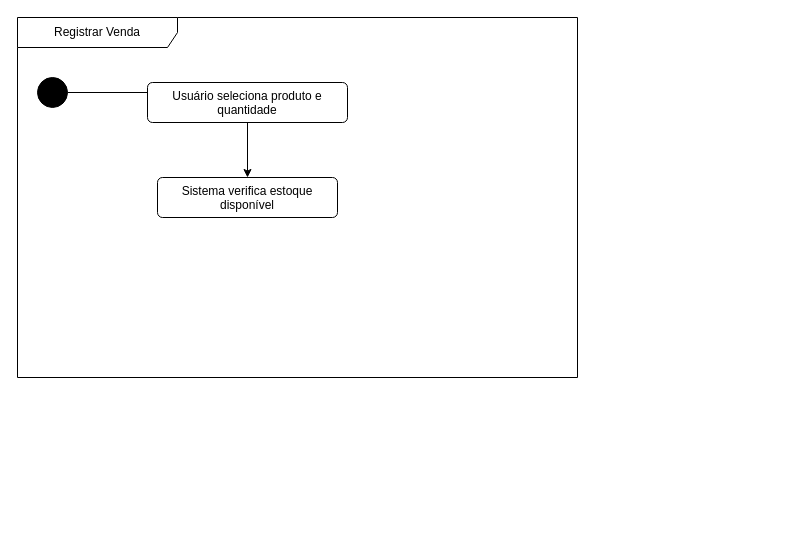
Earlier version of the draw.io diagram docs/activity diagram/AD.drawio (K0R0B0R0S/aps2-blackboard). Source tidied: cells renumbered, new cells numbered last; positions are measured from the earlier drawing's top-left corner, leaving out a move shared by most shapes. Both pictures are drawn from the tidied source at 100%, with x=0, y=0 at pixel (17, 17).
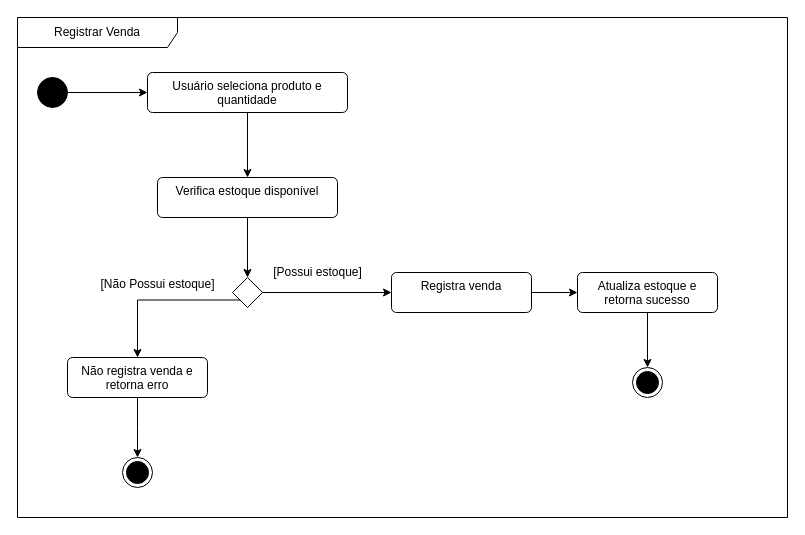
After the change.

The change refers to these unchanged cells:
```xml
<mxCell id="4" style="ellipse;fillColor=strokeColor;html=1;" parent="2" vertex="1">
  <mxGeometry x="20" y="60" width="30" height="30" as="geometry" />
</mxCell>
```

Diff of the diagram source:
```diff
@@
     <mxCell id="2" value="Registrar Venda" style="shape=umlFrame;whiteSpace=wrap;html=1;width=160;" parent="1" vertex="1">
-      <mxGeometry width="560" height="360" as="geometry" />
+      <mxGeometry width="770" height="500" as="geometry" />
     </mxCell>
-    <mxCell id="3" style="edgeStyle=orthogonalEdgeStyle;rounded=0;jettySize=auto;html=1;" parent="2" edge="1" source="4" target="5">
-      <mxGeometry relative="1" as="geometry" />
-    </mxCell>
+    <mxCell id="7" style="edgeStyle=orthogonalEdgeStyle;rounded=0;jettySize=auto;html=1;" parent="2" edge="1" source="4" target="6">
+      <mxGeometry relative="1" as="geometry" />
+    </mxCell>
@@
+    <mxCell id="8" style="edgeStyle=orthogonalEdgeStyle;rounded=0;jettySize=auto;html=1;" parent="2" edge="1" source="5" target="12">
+      <mxGeometry relative="1" as="geometry" />
+    </mxCell>
-    <mxCell id="5" value="Sistema verifica estoque disponível" style="html=1;align=center;verticalAlign=top;rounded=1;absoluteArcSize=1;arcSize=10;dashed=0;whiteSpace=wrap;" parent="2" vertex="1">
+    <mxCell id="5" value="Verifica estoque disponível" style="html=1;align=center;verticalAlign=top;rounded=1;absoluteArcSize=1;arcSize=10;dashed=0;whiteSpace=wrap;" parent="2" vertex="1">
       <mxGeometry x="140" y="160" width="180" height="40" as="geometry" />
     </mxCell>
+    <mxCell id="9" style="edgeStyle=orthogonalEdgeStyle;rounded=0;jettySize=auto;html=1;" parent="2" edge="1" source="6" target="5">
+      <mxGeometry relative="1" as="geometry" />
+    </mxCell>
-    <mxCell id="6" value="Usuário seleciona produto e quantidade" style="html=1;align=center;verticalAlign=top;rounded=1;absoluteArcSize=1;arcSize=10;dashed=0;whiteSpace=wrap;" parent="1" vertex="1">
-      <mxGeometry x="130" y="65" width="200" height="40" as="geometry" />
+    <mxCell id="6" value="Usuário seleciona produto e quantidade" style="html=1;align=center;verticalAlign=top;rounded=1;absoluteArcSize=1;arcSize=10;dashed=0;whiteSpace=wrap;" parent="2" vertex="1">
+      <mxGeometry x="130" y="55" width="200" height="40" as="geometry" />
     </mxCell>
+    <mxCell id="10" style="edgeStyle=orthogonalEdgeStyle;rounded=0;jettySize=auto;html=1;exitX=0;exitY=1;exitDx=0;exitDy=0;" parent="2" edge="1" source="12" target="14">
+      <mxGeometry relative="1" as="geometry" />
+    </mxCell>
+    <mxCell id="11" style="edgeStyle=orthogonalEdgeStyle;rounded=0;jettySize=auto;html=1;exitX=1;exitY=0.5;exitDx=0;exitDy=0;" parent="2" edge="1" source="12" target="16">
+      <mxGeometry relative="1" as="geometry" />
+    </mxCell>
+    <mxCell id="12" style="rhombus;" parent="2" vertex="1">
+      <mxGeometry x="215" y="260" width="30" height="30" as="geometry" />
+    </mxCell>
+    <mxCell id="13" style="edgeStyle=orthogonalEdgeStyle;rounded=0;jettySize=auto;html=1;exitX=0.5;exitY=1;exitDx=0;exitDy=0;" parent="2" edge="1" source="14">
+      <mxGeometry relative="1" as="geometry">
+        <mxPoint x="120" y="440" as="targetPoint" />
+      </mxGeometry>
+    </mxCell>
+    <mxCell id="14" value="Não registra venda e retorna erro" style="html=1;align=center;verticalAlign=top;rounded=1;absoluteArcSize=1;arcSize=10;dashed=0;whiteSpace=wrap;" parent="2" vertex="1">
+      <mxGeometry x="50" y="340" width="140" height="40" as="geometry" />
+    </mxCell>
+    <mxCell id="15" style="edgeStyle=orthogonalEdgeStyle;rounded=0;jettySize=auto;html=1;exitX=1;exitY=0.5;exitDx=0;exitDy=0;" parent="2" edge="1" source="16" target="19">
+      <mxGeometry relative="1" as="geometry" />
+    </mxCell>
+    <mxCell id="16" value="&lt;div&gt;Registra venda&lt;/div&gt;" style="html=1;align=center;verticalAlign=top;rounded=1;absoluteArcSize=1;arcSize=10;dashed=0;whiteSpace=wrap;" parent="2" vertex="1">
+      <mxGeometry x="374" y="255" width="140" height="40" as="geometry" />
+    </mxCell>
+    <mxCell id="17" style="ellipse;html=1;shape=endState;fillColor=strokeColor;" parent="2" vertex="1">
+      <mxGeometry x="105" y="440" width="30" height="30" as="geometry" />
+    </mxCell>
+    <mxCell id="18" style="edgeStyle=orthogonalEdgeStyle;rounded=0;jettySize=auto;html=1;exitX=0.5;exitY=1;exitDx=0;exitDy=0;" parent="2" edge="1" source="19" target="20">
+      <mxGeometry relative="1" as="geometry" />
+    </mxCell>
+    <mxCell id="19" value="Atualiza estoque e retorna sucesso" style="html=1;align=center;verticalAlign=top;rounded=1;absoluteArcSize=1;arcSize=10;dashed=0;whiteSpace=wrap;" parent="2" vertex="1">
+      <mxGeometry x="560" y="255" width="140" height="40" as="geometry" />
+    </mxCell>
+    <mxCell id="20" style="ellipse;html=1;shape=endState;fillColor=strokeColor;" parent="2" vertex="1">
+      <mxGeometry x="615" y="350" width="30" height="30" as="geometry" />
+    </mxCell>
+    <mxCell id="21" value="[Possui estoque]" style="text;html=1;align=center;verticalAlign=middle;strokeColor=none;fillColor=none;" parent="2" vertex="1">
+      <mxGeometry x="240" y="240" width="120" height="30" as="geometry" />
+    </mxCell>
+    <mxCell id="22" value="[Não Possui estoque]" style="text;html=1;align=center;verticalAlign=middle;strokeColor=none;fillColor=none;" parent="2" vertex="1">
+      <mxGeometry x="70" y="252" width="140" height="30" as="geometry" />
+    </mxCell>
```
